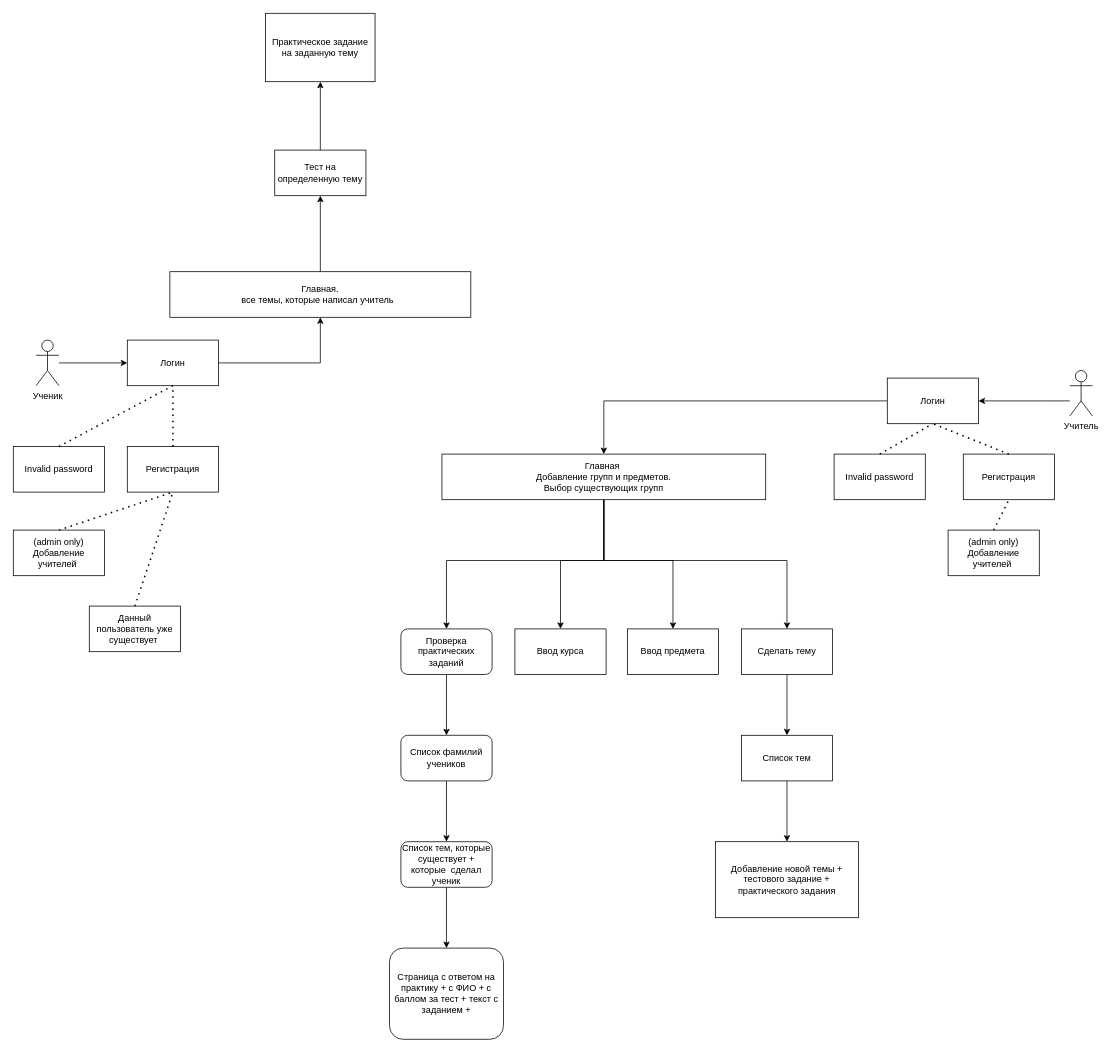
Before: Структура приложения UML-диаграмма.drawio in hellp31/Diplom, a draw.io diagram. Source tidied: cells renumbered, new cells numbered last; positions are measured from the earlier drawing's top-left corner, leaving out a move shared by most shapes. Both pictures are drawn from the tidied source at 76%, with x=0, y=0 at pixel (13, 13).
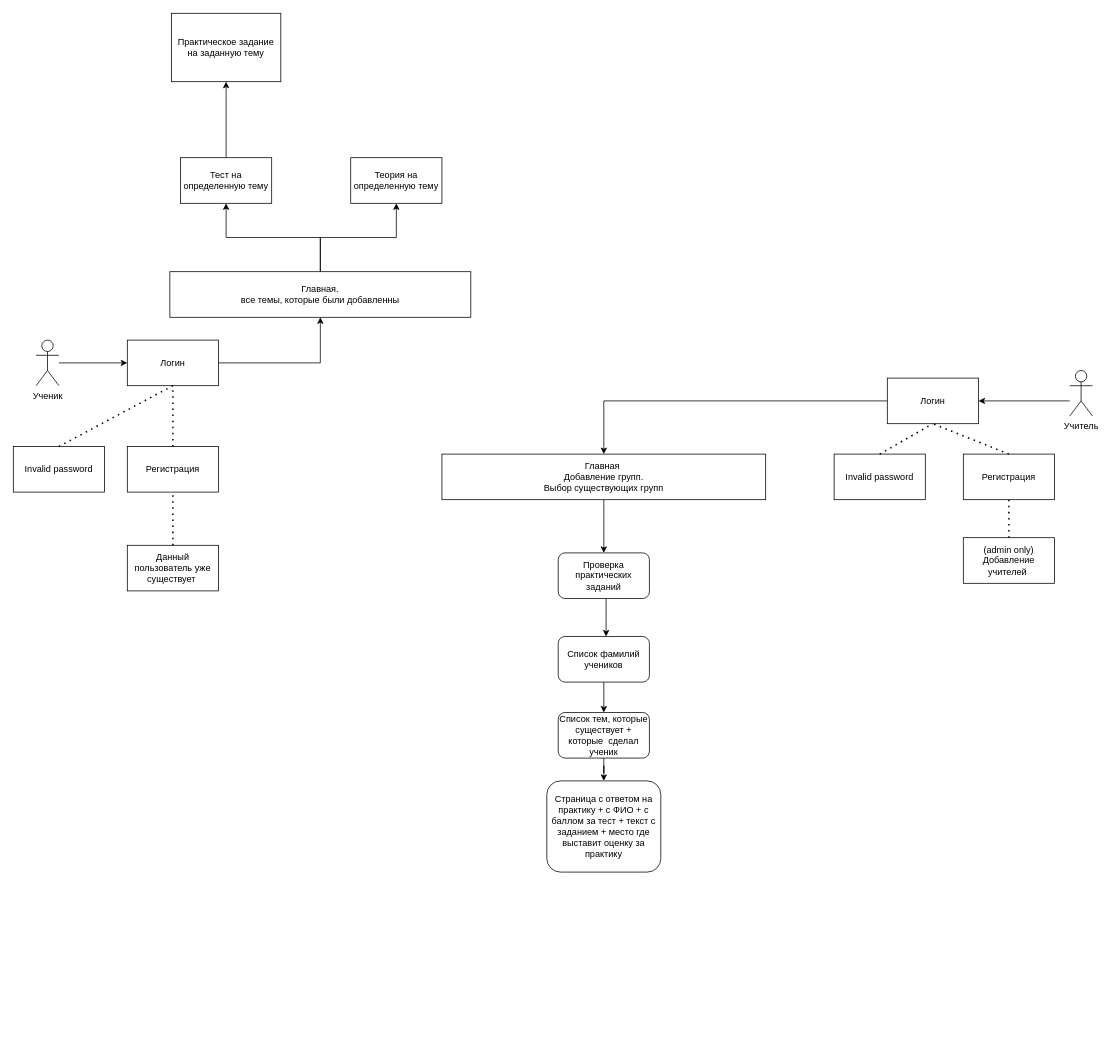
Above is the later version.

The change refers to these unchanged cells:
```xml
<mxCell id="6" value="Регистрация" style="rounded=0;whiteSpace=wrap;html=1;" parent="1" vertex="1">
  <mxGeometry x="150" y="570" width="120" height="60" as="geometry" />
</mxCell>
```

Change to the diagram source:
```diff
@@
-    <mxCell id="7" style="edgeStyle=orthogonalEdgeStyle;rounded=0;jettySize=auto;html=1;exitX=0.5;exitY=0;exitDx=0;exitDy=0;entryX=0.5;entryY=1;entryDx=0;entryDy=0;" parent="1" edge="1" source="8">
-      <mxGeometry relative="1" as="geometry">
-        <mxPoint x="404" y="240" as="targetPoint" />
-      </mxGeometry>
+    <mxCell id="7" style="edgeStyle=orthogonalEdgeStyle;rounded=0;jettySize=auto;html=1;exitX=0.5;exitY=0;exitDx=0;exitDy=0;entryX=0.5;entryY=1;entryDx=0;entryDy=0;" parent="1" edge="1" source="8" target="36">
+      <mxGeometry relative="1" as="geometry" />
     </mxCell>
+    <mxCell id="48" style="edgeStyle=orthogonalEdgeStyle;rounded=0;jettySize=auto;html=1;entryX=0.5;entryY=1;entryDx=0;entryDy=0;" parent="1" edge="1" source="8" target="49">
+      <mxGeometry relative="1" as="geometry" />
+    </mxCell>
-    <mxCell id="8" value="&lt;div style=&quot;&quot;&gt;&lt;span style=&quot;background-color: initial;&quot;&gt;Главная.&lt;/span&gt;&lt;/div&gt;&lt;div style=&quot;&quot;&gt;&lt;span style=&quot;background-color: initial;&quot;&gt;все темы, которые написал учитель&amp;nbsp;&amp;nbsp;&lt;/span&gt;&lt;/div&gt;" style="rounded=0;whiteSpace=wrap;html=1;align=center;" parent="1" vertex="1">
+    <mxCell id="8" value="&lt;div style=&quot;&quot;&gt;&lt;span style=&quot;background-color: initial;&quot;&gt;Главная.&lt;/span&gt;&lt;/div&gt;&lt;div style=&quot;&quot;&gt;&lt;span style=&quot;background-color: initial;&quot;&gt;все темы, которые были добавленны&lt;/span&gt;&lt;/div&gt;" style="rounded=0;whiteSpace=wrap;html=1;align=center;" parent="1" vertex="1">
       <mxGeometry x="206" y="340" width="396" height="60" as="geometry" />
     </mxCell>
@@
-    <mxCell id="10" style="edgeStyle=orthogonalEdgeStyle;rounded=0;jettySize=auto;html=1;entryX=0.5;entryY=0;entryDx=0;entryDy=0;" parent="1" edge="1" source="14" target="33">
-      <mxGeometry relative="1" as="geometry">
-        <Array as="points">
-          <mxPoint x="777" y="720" />
-          <mxPoint x="720" y="720" />
-        </Array>
-      </mxGeometry>
-    </mxCell>
-    <mxCell id="11" style="edgeStyle=orthogonalEdgeStyle;rounded=0;jettySize=auto;html=1;entryX=0.5;entryY=0;entryDx=0;entryDy=0;" parent="1" edge="1" source="14" target="34">
-      <mxGeometry relative="1" as="geometry">
-        <Array as="points">
-          <mxPoint x="777" y="720" />
-          <mxPoint x="868" y="720" />
-        </Array>
-      </mxGeometry>
-    </mxCell>
-    <mxCell id="12" style="edgeStyle=orthogonalEdgeStyle;rounded=0;jettySize=auto;html=1;entryX=0.5;entryY=0;entryDx=0;entryDy=0;" parent="1" edge="1" source="14" target="39">
-      <mxGeometry relative="1" as="geometry">
-        <Array as="points">
-          <mxPoint x="777" y="720" />
-          <mxPoint x="1018" y="720" />
-        </Array>
-      </mxGeometry>
-    </mxCell>
     <mxCell id="13" style="edgeStyle=orthogonalEdgeStyle;rounded=0;jettySize=auto;html=1;entryX=0.5;entryY=1;entryDx=0;entryDy=0;" parent="1" edge="1" source="14" target="18">
       <mxGeometry relative="1" as="geometry">
         <Array as="points">
-          <mxPoint x="777" y="720" />
-          <mxPoint x="570" y="720" />
+          <mxPoint x="777" y="660" />
+          <mxPoint x="777" y="660" />
         </Array>
       </mxGeometry>
     </mxCell>
-    <mxCell id="14" value="Главная&amp;nbsp;&lt;div&gt;Добавление групп и предметов.&lt;br&gt;Выбор существующих групп&lt;/div&gt;" style="rounded=0;whiteSpace=wrap;html=1;" parent="1" vertex="1">
+    <mxCell id="14" value="Главная&amp;nbsp;&lt;div&gt;Добавление групп.&lt;br&gt;Выбор существующих групп&lt;/div&gt;" style="rounded=0;whiteSpace=wrap;html=1;" parent="1" vertex="1">
       <mxGeometry x="564" y="580" width="426" height="60" as="geometry" />
     </mxCell>
@@
     <mxCell id="17" style="edgeStyle=orthogonalEdgeStyle;rounded=0;jettySize=auto;html=1;" parent="1" edge="1" source="18" target="43">
-      <mxGeometry relative="1" as="geometry" />
+      <mxGeometry relative="1" as="geometry">
+        <Array as="points">
+          <mxPoint x="780" y="800" />
+          <mxPoint x="780" y="800" />
+        </Array>
+      </mxGeometry>
     </mxCell>
     <mxCell id="18" value="Проверка практических заданий" style="rounded=1;whiteSpace=wrap;html=1;direction=west;" parent="1" vertex="1">
-      <mxGeometry x="510" y="810" width="120" height="60" as="geometry" />
+      <mxGeometry x="717" y="710" width="120" height="60" as="geometry" />
     </mxCell>
-    <mxCell id="19" value="(admin only)&lt;br&gt;Добавление учителей&amp;nbsp;" style="rounded=0;whiteSpace=wrap;html=1;" parent="1" vertex="1">
-      <mxGeometry y="680" width="120" height="60" as="geometry" />
-    </mxCell>
-    <mxCell id="20" style="endArrow=none;dashed=1;html=1;dashPattern=1 3;strokeWidth=2;rounded=0;entryX=0.5;entryY=1;entryDx=0;entryDy=0;exitX=0.5;exitY=0;exitDx=0;exitDy=0;" parent="1" edge="1" source="19" target="6">
-      <mxGeometry relative="1" as="geometry" />
-    </mxCell>
     <mxCell id="21" value="Данный пользователь уже существует&amp;nbsp;" style="rounded=0;whiteSpace=wrap;html=1;" parent="1" vertex="1">
-      <mxGeometry x="100" y="780" width="120" height="60" as="geometry" />
+      <mxGeometry x="150" y="700" width="120" height="60" as="geometry" />
     </mxCell>
@@
     <mxCell id="31" value="(admin only)&lt;br&gt;Добавление учителей&amp;nbsp;" style="rounded=0;whiteSpace=wrap;html=1;" parent="1" vertex="1">
-      <mxGeometry x="1230" y="680" width="120" height="60" as="geometry" />
+      <mxGeometry x="1250" y="690" width="120" height="60" as="geometry" />
     </mxCell>
@@
-    <mxCell id="33" value="Ввод курса" style="rounded=0;whiteSpace=wrap;html=1;" parent="1" vertex="1">
-      <mxGeometry x="660" y="810" width="120" height="60" as="geometry" />
-    </mxCell>
-    <mxCell id="34" value="Ввод предмета" style="rounded=0;whiteSpace=wrap;html=1;" parent="1" vertex="1">
-      <mxGeometry x="808" y="810" width="120" height="60" as="geometry" />
-    </mxCell>
-    <mxCell id="35" style="edgeStyle=orthogonalEdgeStyle;rounded=0;jettySize=auto;html=1;exitX=0.5;exitY=0;exitDx=0;exitDy=0;" parent="1" edge="1" source="36">
-      <mxGeometry relative="1" as="geometry">
-        <mxPoint x="404" y="90" as="targetPoint" />
-      </mxGeometry>
+    <mxCell id="35" style="edgeStyle=orthogonalEdgeStyle;rounded=0;jettySize=auto;html=1;exitX=0.5;exitY=0;exitDx=0;exitDy=0;entryX=0.5;entryY=1;entryDx=0;entryDy=0;" parent="1" edge="1" source="36" target="37">
+      <mxGeometry relative="1" as="geometry" />
     </mxCell>
     <mxCell id="36" value="Тест на определенную тему" style="rounded=0;whiteSpace=wrap;html=1;" parent="1" vertex="1">
-      <mxGeometry x="344" y="180" width="120" height="60" as="geometry" />
+      <mxGeometry x="220" y="190" width="120" height="60" as="geometry" />
     </mxCell>
     <mxCell id="37" value="Практическое задание на заданную тему" style="rounded=0;whiteSpace=wrap;html=1;" parent="1" vertex="1">
-      <mxGeometry x="332" width="144" height="90" as="geometry" />
+      <mxGeometry x="208" width="144" height="90" as="geometry" />
     </mxCell>
-    <mxCell id="38" style="edgeStyle=orthogonalEdgeStyle;rounded=0;jettySize=auto;html=1;" parent="1" edge="1" source="39" target="41">
-      <mxGeometry relative="1" as="geometry" />
-    </mxCell>
-    <mxCell id="39" value="Сделать тему" style="rounded=0;whiteSpace=wrap;html=1;" parent="1" vertex="1">
-      <mxGeometry x="958" y="810" width="120" height="60" as="geometry" />
-    </mxCell>
-    <mxCell id="40" style="edgeStyle=orthogonalEdgeStyle;rounded=0;jettySize=auto;html=1;" parent="1" edge="1" source="41" target="44">
-      <mxGeometry relative="1" as="geometry" />
-    </mxCell>
-    <mxCell id="41" value="Список тем" style="whiteSpace=wrap;html=1;rounded=0;" parent="1" vertex="1">
-      <mxGeometry x="958" y="950" width="120" height="60" as="geometry" />
-    </mxCell>
@@
     <mxCell id="43" value="Список фамилий учеников" style="whiteSpace=wrap;html=1;rounded=1;" parent="1" vertex="1">
-      <mxGeometry x="510" y="950" width="120" height="60" as="geometry" />
+      <mxGeometry x="717" y="820" width="120" height="60" as="geometry" />
     </mxCell>
-    <mxCell id="44" value="Добавление новой темы + тестового задание + практического задания" style="whiteSpace=wrap;html=1;rounded=0;" parent="1" vertex="1">
-      <mxGeometry x="924" y="1090" width="188" height="100" as="geometry" />
-    </mxCell>
@@
     <mxCell id="46" value="Список тем, которые существует + которые&amp;nbsp; сделал ученик" style="whiteSpace=wrap;html=1;rounded=1;" parent="1" vertex="1">
-      <mxGeometry x="510" y="1090" width="120" height="60" as="geometry" />
+      <mxGeometry x="717" y="920" width="120" height="60" as="geometry" />
     </mxCell>
-    <mxCell id="47" value="Страница с ответом на практику + с ФИО + с баллом за тест + текст с заданием +" style="whiteSpace=wrap;html=1;rounded=1;" parent="1" vertex="1">
-      <mxGeometry x="495" y="1230" width="150" height="120" as="geometry" />
+    <mxCell id="47" value="Страница с ответом на практику + с ФИО + с баллом за тест + текст с заданием + место где выставит оценку за практику" style="whiteSpace=wrap;html=1;rounded=1;" parent="1" vertex="1">
+      <mxGeometry x="702" y="1010" width="150" height="120" as="geometry" />
     </mxCell>
+    <mxCell id="49" value="Теория на определенную тему" style="rounded=0;whiteSpace=wrap;html=1;" parent="1" vertex="1">
+      <mxGeometry x="444" y="190" width="120" height="60" as="geometry" />
+    </mxCell>
```
